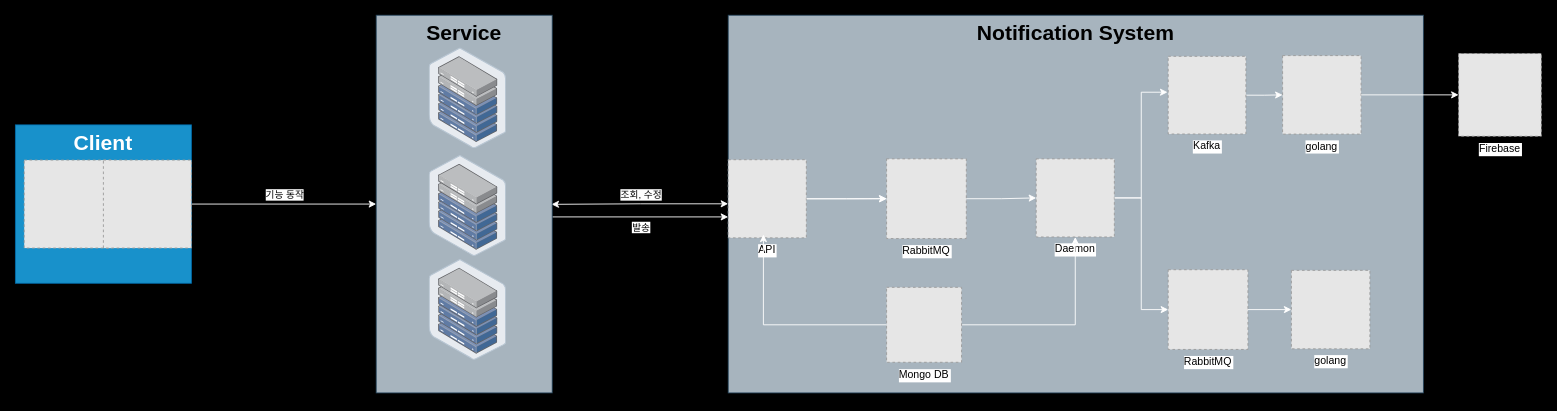
Before: page "Page-1" (1 of 2) of architecture/notification.drawio in TreeStone94/drawio, a draw.io diagram. Source tidied: cells renumbered, new cells numbered last; positions are measured from the earlier drawing's top-left corner, leaving out a move shared by most shapes. Both pictures are drawn from the tidied source at 88%, with x=0, y=0 at pixel (15, 15). Pictures stored in the file or linked from it are replaced by grey dashed boxes.
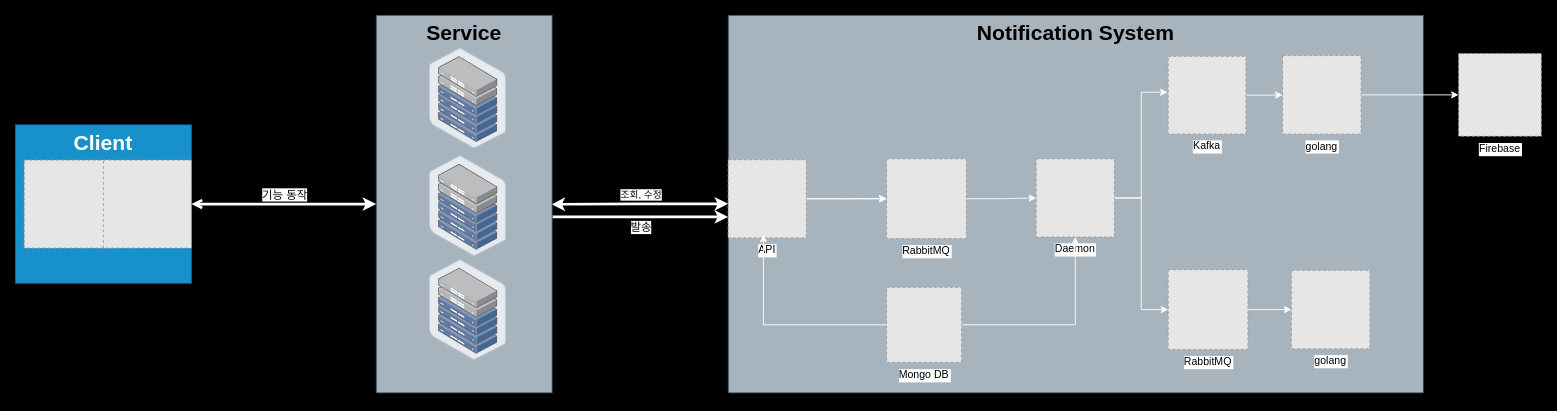
Above is the later version.

The change refers to these unchanged cells:
```xml
<mxCell id="4" value="&lt;h1 style=&quot;margin-top: 0px;&quot;&gt;Client&lt;/h1&gt;" style="text;html=1;whiteSpace=wrap;overflow=hidden;rounded=0;fillColor=#1ba1e2;fontColor=#ffffff;strokeColor=#006EAF;opacity=90;align=center;" parent="1" vertex="1">
  <mxGeometry y="124.4" width="200" height="180" as="geometry" />
</mxCell>
<mxCell id="31" value="&lt;h1 style=&quot;margin-top: 0px;&quot;&gt;Service&lt;/h1&gt;" style="text;html=1;whiteSpace=wrap;overflow=hidden;rounded=0;fillColor=#bac8d3;strokeColor=#23445d;opacity=90;align=center;" parent="30" vertex="1">
  <mxGeometry width="200" height="429.2" as="geometry" />
</mxCell>
```

What changed in the source:
```diff
@@
-    <mxCell id="2" style="edgeStyle=orthogonalEdgeStyle;rounded=0;jettySize=auto;html=1;strokeColor=#FFFFFF;" parent="1" edge="1" source="4" target="31">
+    <mxCell id="2" style="edgeStyle=orthogonalEdgeStyle;rounded=0;jettySize=auto;html=1;strokeColor=#FFFFFF;strokeWidth=3;startArrow=open;startFill=0;" parent="1" edge="1" source="4" target="31">
       <mxGeometry relative="1" as="geometry" />
     </mxCell>
-    <mxCell id="3" value="기능 동작" style="edgeLabel;html=1;align=center;verticalAlign=middle;" parent="2" vertex="1">
+    <mxCell id="3" value="기능 동작" style="edgeLabel;html=1;align=center;verticalAlign=middle;fontSize=13;" parent="2" vertex="1">
       <mxGeometry relative="1" as="geometry">
         <mxPoint y="-11" as="offset" />
       </mxGeometry>
     </mxCell>
@@
-    <mxCell id="7" style="rounded=0;orthogonalLoop=1;jettySize=auto;html=1;strokeColor=#FFFFFF;" parent="1" edge="1">
+    <mxCell id="7" style="rounded=0;orthogonalLoop=1;jettySize=auto;html=1;strokeColor=#FFFFFF;strokeWidth=3;" parent="1" edge="1">
       <mxGeometry relative="1" as="geometry">
         <mxPoint x="610" y="229" as="sourcePoint" />
         <mxPoint x="810" y="229" as="targetPoint" />
       </mxGeometry>
     </mxCell>
-    <mxCell id="8" value="발송" style="edgeLabel;html=1;align=center;verticalAlign=middle;" parent="7" vertex="1">
+    <mxCell id="8" value="발송" style="edgeLabel;html=1;align=center;verticalAlign=middle;fontSize=13;" parent="7" vertex="1">
       <mxGeometry relative="1" as="geometry">
         <mxPoint y="11" as="offset" />
       </mxGeometry>
     </mxCell>
-    <mxCell id="9" style="edgeStyle=orthogonalEdgeStyle;rounded=0;orthogonalLoop=1;jettySize=auto;html=1;exitX=0;exitY=0.75;exitDx=0;exitDy=0;entryX=0.996;entryY=0.539;entryDx=0;entryDy=0;entryPerimeter=0;strokeColor=#FFFFFF;endArrow=classic;endFill=1;startArrow=classic;startFill=1;" parent="1" edge="1">
+    <mxCell id="9" style="edgeStyle=orthogonalEdgeStyle;rounded=0;orthogonalLoop=1;jettySize=auto;html=1;exitX=0;exitY=0.75;exitDx=0;exitDy=0;entryX=0.996;entryY=0.539;entryDx=0;entryDy=0;entryPerimeter=0;strokeColor=#FFFFFF;endArrow=classic;endFill=1;startArrow=classic;startFill=1;fontSize=14;strokeWidth=3;" parent="1" edge="1">
       <mxGeometry relative="1" as="geometry">
         <mxPoint x="810" y="214.1" as="sourcePoint" />
         <mxPoint x="609.2" y="214.7" as="targetPoint" />
         <Array as="points">
           <mxPoint x="710" y="214.6" />
         </Array>
       </mxGeometry>
     </mxCell>
```
